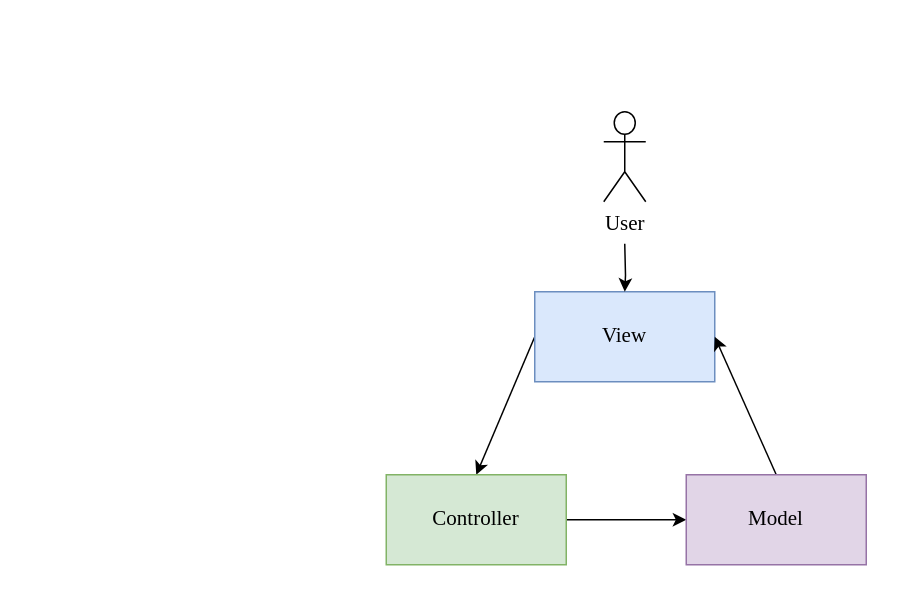
This is 安卓软件架构.drawio from jixiuy/AccountingDemo, a draw.io file, before an edit. Source tidied: cells renumbered, new cells numbered last; positions are measured from the earlier drawing's top-left corner, leaving out a move shared by most shapes. Both pictures are drawn from the tidied source at 150%, with x=0, y=0 at pixel (386, 111).
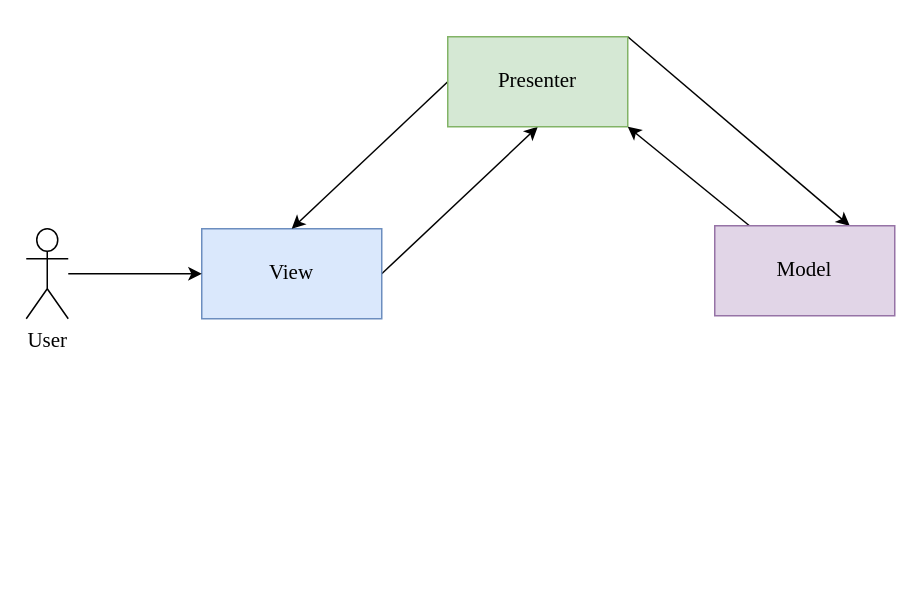
Above is the later version.

The edit, as a diff of the source:
```diff
@@
 <mxGraphModel>
   <root>
     <mxCell id="0" />
     <mxCell id="1" parent="0" />
-    <mxCell id="2" style="rounded=0;jettySize=auto;html=1;exitX=0;exitY=0.5;exitDx=0;exitDy=0;entryX=0.5;entryY=0;entryDx=0;entryDy=0;" parent="1" edge="1" source="3" target="7">
+    <mxCell id="2" style="rounded=0;jettySize=auto;html=1;exitX=1;exitY=0.5;exitDx=0;exitDy=0;entryX=0.5;entryY=1;entryDx=0;entryDy=0;" parent="1" edge="1" source="3" target="7">
       <mxGeometry relative="1" as="geometry" />
     </mxCell>
     <mxCell id="3" value="&lt;font&gt;View&lt;/font&gt;" style="rounded=0;whiteSpace=wrap;html=1;fontFamily=Times New Roman;fillColor=#dae8fc;strokeColor=#6c8ebf;fontSize=14;" parent="1" vertex="1">
-      <mxGeometry x="99" y="120" width="120" height="60" as="geometry" />
+      <mxGeometry x="-123" y="78" width="120" height="60" as="geometry" />
     </mxCell>
-    <mxCell id="4" style="edgeStyle=orthogonalEdgeStyle;rounded=0;jettySize=auto;html=1;" parent="1" edge="1" target="3">
-      <mxGeometry relative="1" as="geometry">
-        <mxPoint x="159" y="88" as="sourcePoint" />
-      </mxGeometry>
-    </mxCell>
+    <mxCell id="10" style="edgeStyle=orthogonalEdgeStyle;rounded=0;jettySize=auto;html=1;" parent="1" edge="1" source="5" target="3">
+      <mxGeometry relative="1" as="geometry" />
+    </mxCell>
     <mxCell id="5" value="User" style="shape=umlActor;verticalLabelPosition=bottom;verticalAlign=top;html=1;outlineConnect=0;fontFamily=Times New Roman;fontSize=14;" parent="1" vertex="1">
-      <mxGeometry x="145" width="28" height="60" as="geometry" />
+      <mxGeometry x="-240" y="78" width="28" height="60" as="geometry" />
     </mxCell>
+    <mxCell id="11" style="rounded=0;jettySize=auto;html=1;entryX=0.5;entryY=0;entryDx=0;entryDy=0;exitX=0;exitY=0.5;exitDx=0;exitDy=0;" parent="1" edge="1" source="7" target="3">
+      <mxGeometry relative="1" as="geometry" />
+    </mxCell>
-    <mxCell id="6" style="edgeStyle=orthogonalEdgeStyle;rounded=0;jettySize=auto;html=1;entryX=0;entryY=0.5;entryDx=0;entryDy=0;" parent="1" edge="1" source="7" target="9">
+    <mxCell id="6" style="rounded=0;jettySize=auto;html=1;entryX=0.75;entryY=0;entryDx=0;entryDy=0;exitX=1;exitY=0;exitDx=0;exitDy=0;" parent="1" edge="1" source="7" target="9">
       <mxGeometry relative="1" as="geometry" />
     </mxCell>
-    <mxCell id="7" value="&lt;font&gt;Controller&lt;/font&gt;" style="rounded=0;whiteSpace=wrap;html=1;fontFamily=Times New Roman;fillColor=#d5e8d4;strokeColor=#82b366;fontSize=14;" parent="1" vertex="1">
-      <mxGeometry y="242" width="120" height="60" as="geometry" />
+    <mxCell id="7" value="&lt;font&gt;Presenter&lt;/font&gt;" style="rounded=0;whiteSpace=wrap;html=1;fontFamily=Times New Roman;fillColor=#d5e8d4;strokeColor=#82b366;fontSize=14;" parent="1" vertex="1">
+      <mxGeometry x="41" y="-50" width="120" height="60" as="geometry" />
     </mxCell>
-    <mxCell id="8" style="rounded=0;jettySize=auto;html=1;exitX=0.5;exitY=0;exitDx=0;exitDy=0;entryX=1;entryY=0.5;entryDx=0;entryDy=0;" parent="1" edge="1" source="9" target="3">
-      <mxGeometry relative="1" as="geometry" />
-    </mxCell>
+    <mxCell id="12" style="rounded=0;jettySize=auto;html=1;entryX=1;entryY=1;entryDx=0;entryDy=0;" parent="1" edge="1" source="9" target="7">
+      <mxGeometry relative="1" as="geometry" />
+    </mxCell>
     <mxCell id="9" value="&lt;font&gt;Model&lt;/font&gt;" style="rounded=0;whiteSpace=wrap;html=1;fontFamily=Times New Roman;fillColor=#e1d5e7;strokeColor=#9673a6;fontSize=14;" parent="1" vertex="1">
-      <mxGeometry x="200" y="242" width="120" height="60" as="geometry" />
+      <mxGeometry x="219" y="76" width="120" height="60" as="geometry" />
     </mxCell>
   </root>
 </mxGraphModel>
```
